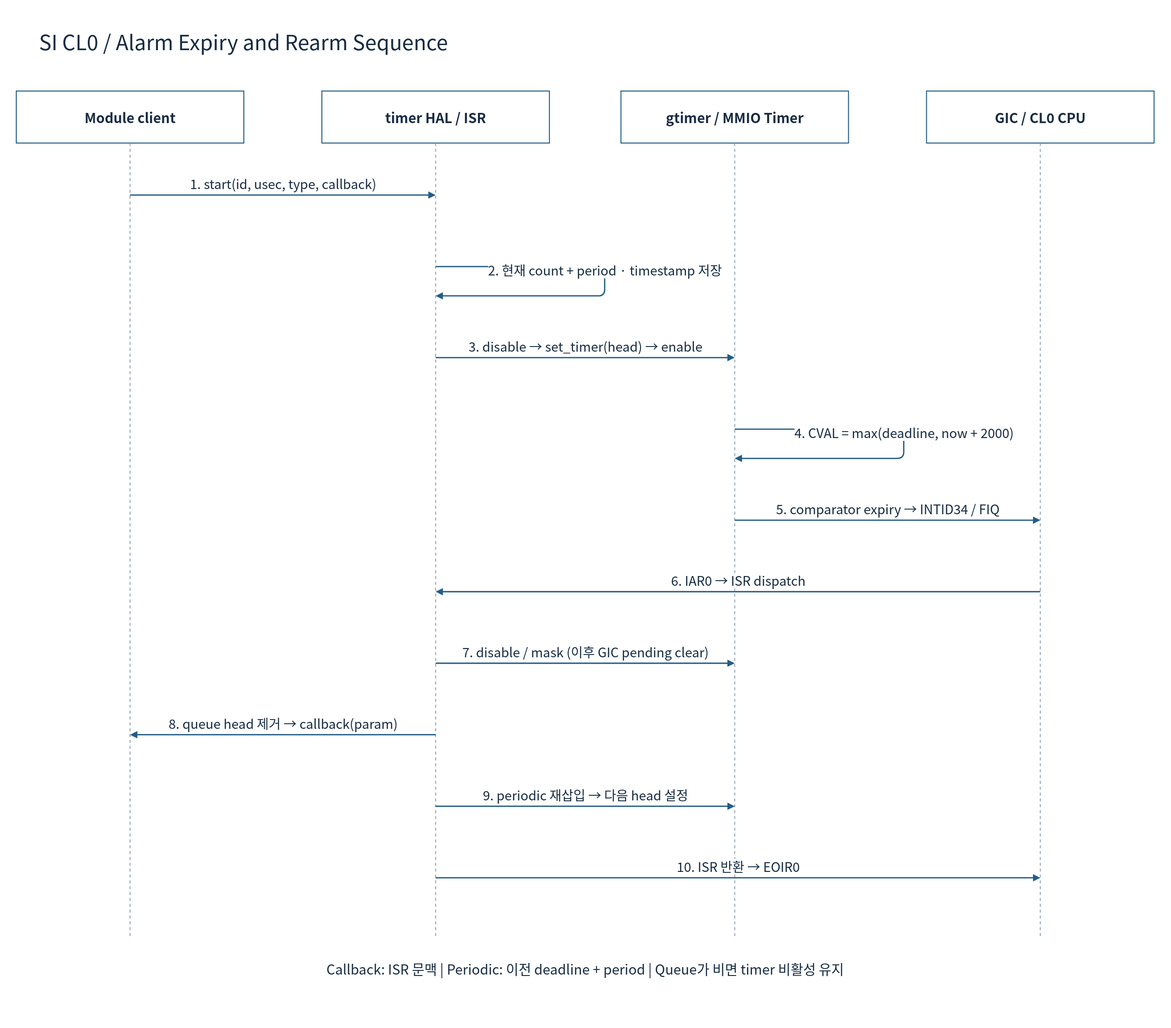
The draw.io diagram doc/phase1/timer/diagrams/08f-scp-alarm-sequence.drawio.svg in cometzero/project-apollo, before a commit. Source tidied: cells renumbered, new cells last; positions are measured from the earlier drawing's top-left corner, leaving out a move shared by most shapes.
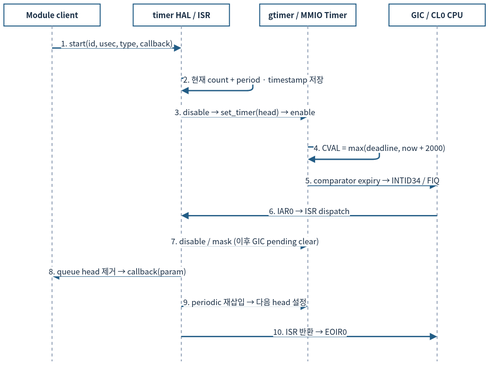
After the commit.

The edit, as a diff of the source:
```diff
@@ -2,128 +2,119 @@
   <root>
     <mxCell id="0" />
     <mxCell id="1" parent="0" />
-    <mxCell id="2" style="rounded=0;whiteSpace=wrap;html=1;fillColor=#FFFFFF;strokeColor=none;strokeWidth=1.5;fontColor=#172C43;fontFamily=Noto Sans CJK KR;fontSize=22;spacing=10;" parent="1" vertex="1">
-      <mxGeometry width="1800" height="1580" as="geometry" />
-    </mxCell>
-    <mxCell id="3" value="SI CL0 / Alarm Expiry and Rearm Sequence" style="rounded=0;whiteSpace=wrap;html=1;fillColor=#FFFFFF;strokeColor=none;strokeWidth=1.5;fontColor=#172C43;fontFamily=Noto Sans CJK KR;fontSize=22;spacing=10;fontSize=32;align=left;" parent="1" vertex="1">
-      <mxGeometry x="50" y="30" width="1700" height="65" as="geometry" />
-    </mxCell>
-    <mxCell id="4" value="Module client" style="rounded=0;whiteSpace=wrap;html=1;fillColor=#FFFFFF;strokeColor=#235D86;strokeWidth=1.5;fontColor=#172C43;fontFamily=Noto Sans CJK KR;fontSize=22;spacing=10;fontStyle=1;fontSize=21;" parent="1" vertex="1">
-      <mxGeometry x="25" y="140" width="350" height="80" as="geometry" />
+    <mxCell id="4" value="Module client" style="rounded=0;whiteSpace=wrap;html=1;fillColor=#FFFFFF;strokeColor=#235D86;strokeWidth=1.5;fontColor=#172C43;fontFamily=Noto Sans CJK KR;fontStyle=1;fontSize=12;spacing=3;whiteSpace=wrap;" parent="1" vertex="1">
+      <mxGeometry x="12" y="12" width="148" height="33.8" as="geometry" />
     </mxCell>
-    <mxCell id="5" style="endArrow=none;dashed=1;strokeColor=#94A3B8;strokeWidth=1.5;" parent="1" edge="1">
+    <mxCell id="5" style="endArrow=none;dashed=1;strokeColor=#94A3B8;strokeWidth=1.5;fontSize=12;spacing=3;whiteSpace=nowrap;" parent="1" edge="1">
       <mxGeometry relative="1" as="geometry">
-        <mxPoint x="200" y="220" as="sourcePoint" />
-        <mxPoint x="200" y="1440" as="targetPoint" />
+        <mxPoint x="86" y="45.8" as="sourcePoint" />
+        <mxPoint x="86" y="561.7" as="targetPoint" />
       </mxGeometry>
     </mxCell>
-    <mxCell id="6" value="timer HAL / ISR" style="rounded=0;whiteSpace=wrap;html=1;fillColor=#FFFFFF;strokeColor=#235D86;strokeWidth=1.5;fontColor=#172C43;fontFamily=Noto Sans CJK KR;fontSize=22;spacing=10;fontStyle=1;fontSize=21;" parent="1" vertex="1">
-      <mxGeometry x="495" y="140" width="350" height="80" as="geometry" />
+    <mxCell id="6" value="timer HAL / ISR" style="rounded=0;whiteSpace=wrap;html=1;fillColor=#FFFFFF;strokeColor=#235D86;strokeWidth=1.5;fontColor=#172C43;fontFamily=Noto Sans CJK KR;fontStyle=1;fontSize=12;spacing=3;whiteSpace=wrap;" parent="1" vertex="1">
+      <mxGeometry x="210.7" y="12" width="148" height="33.8" as="geometry" />
     </mxCell>
-    <mxCell id="7" style="endArrow=none;dashed=1;strokeColor=#94A3B8;strokeWidth=1.5;" parent="1" edge="1">
+    <mxCell id="7" style="endArrow=none;dashed=1;strokeColor=#94A3B8;strokeWidth=1.5;fontSize=12;spacing=3;whiteSpace=nowrap;" parent="1" edge="1">
       <mxGeometry relative="1" as="geometry">
-        <mxPoint x="670" y="220" as="sourcePoint" />
-        <mxPoint x="670" y="1440" as="targetPoint" />
+        <mxPoint x="284.7" y="45.8" as="sourcePoint" />
+        <mxPoint x="284.7" y="561.7" as="targetPoint" />
       </mxGeometry>
     </mxCell>
-    <mxCell id="8" value="gtimer / MMIO Timer" style="rounded=0;whiteSpace=wrap;html=1;fillColor=#FFFFFF;strokeColor=#235D86;strokeWidth=1.5;fontColor=#172C43;fontFamily=Noto Sans CJK KR;fontSize=22;spacing=10;fontStyle=1;fontSize=21;" parent="1" vertex="1">
-      <mxGeometry x="955" y="140" width="350" height="80" as="geometry" />
+    <mxCell id="8" value="gtimer / MMIO Timer" style="rounded=0;whiteSpace=wrap;html=1;fillColor=#FFFFFF;strokeColor=#235D86;strokeWidth=1.5;fontColor=#172C43;fontFamily=Noto Sans CJK KR;fontStyle=1;fontSize=12;spacing=3;whiteSpace=wrap;" parent="1" vertex="1">
+      <mxGeometry x="405.3" y="12" width="148" height="33.8" as="geometry" />
     </mxCell>
-    <mxCell id="9" style="endArrow=none;dashed=1;strokeColor=#94A3B8;strokeWidth=1.5;" parent="1" edge="1">
+    <mxCell id="9" style="endArrow=none;dashed=1;strokeColor=#94A3B8;strokeWidth=1.5;fontSize=12;spacing=3;whiteSpace=nowrap;" parent="1" edge="1">
       <mxGeometry relative="1" as="geometry">
-        <mxPoint x="1130" y="220" as="sourcePoint" />
-        <mxPoint x="1130" y="1440" as="targetPoint" />
+        <mxPoint x="479.3" y="45.8" as="sourcePoint" />
+        <mxPoint x="479.3" y="561.7" as="targetPoint" />
       </mxGeometry>
     </mxCell>
-    <mxCell id="10" value="GIC / CL0 CPU" style="rounded=0;whiteSpace=wrap;html=1;fillColor=#FFFFFF;strokeColor=#235D86;strokeWidth=1.5;fontColor=#172C43;fontFamily=Noto Sans CJK KR;fontSize=22;spacing=10;fontStyle=1;fontSize=21;" parent="1" vertex="1">
-      <mxGeometry x="1425" y="140" width="350" height="80" as="geometry" />
+    <mxCell id="10" value="GIC / CL0 CPU" style="rounded=0;whiteSpace=wrap;html=1;fillColor=#FFFFFF;strokeColor=#235D86;strokeWidth=1.5;fontColor=#172C43;fontFamily=Noto Sans CJK KR;fontStyle=1;fontSize=12;spacing=3;whiteSpace=wrap;" parent="1" vertex="1">
+      <mxGeometry x="604" y="12" width="148" height="33.8" as="geometry" />
     </mxCell>
-    <mxCell id="11" style="endArrow=none;dashed=1;strokeColor=#94A3B8;strokeWidth=1.5;" parent="1" edge="1">
+    <mxCell id="11" style="endArrow=none;dashed=1;strokeColor=#94A3B8;strokeWidth=1.5;fontSize=12;spacing=3;whiteSpace=nowrap;" parent="1" edge="1">
       <mxGeometry relative="1" as="geometry">
-        <mxPoint x="1600" y="220" as="sourcePoint" />
-        <mxPoint x="1600" y="1440" as="targetPoint" />
+        <mxPoint x="678" y="45.8" as="sourcePoint" />
+        <mxPoint x="678" y="561.7" as="targetPoint" />
       </mxGeometry>
     </mxCell>
-    <mxCell id="12" value="1. start(id, usec, type, callback)" style="edgeStyle=none;html=1;endArrow=block;endFill=1;strokeColor=#235D86;strokeWidth=2;fontColor=#172C43;fontFamily=Noto Sans CJK KR;fontSize=20;labelBackgroundColor=#FFFFFF;" parent="1" edge="1">
+    <mxCell id="12" value="1. start(id, usec, type, callback)" style="edgeStyle=none;html=1;endArrow=block;endFill=1;strokeColor=#235D86;strokeWidth=2;fontColor=#172C43;fontFamily=Noto Sans CJK KR;labelBackgroundColor=#FFFFFF;fontSize=12;spacing=3;whiteSpace=nowrap;" parent="1" edge="1">
       <mxGeometry relative="1" as="geometry">
-        <mxPoint x="200" y="300" as="sourcePoint" />
-        <mxPoint x="670" y="300" as="targetPoint" />
-        <mxPoint y="-18" as="offset" />
+        <mxPoint x="86" y="79.7" as="sourcePoint" />
+        <mxPoint x="284.7" y="79.7" as="targetPoint" />
+        <mxPoint y="-7.6" as="offset" />
       </mxGeometry>
     </mxCell>
-    <mxCell id="13" value="2. 현재 count + period · timestamp 저장" style="edgeStyle=none;html=1;endArrow=block;endFill=1;strokeColor=#235D86;strokeWidth=2;fontColor=#172C43;fontFamily=Noto Sans CJK KR;fontSize=20;labelBackgroundColor=#FFFFFF;" parent="1" edge="1">
+    <mxCell id="13" value="2. 현재 count + period · timestamp 저장" style="edgeStyle=none;html=1;endArrow=block;endFill=1;strokeColor=#235D86;strokeWidth=2;fontColor=#172C43;fontFamily=Noto Sans CJK KR;labelBackgroundColor=#FFFFFF;fontSize=12;spacing=3;whiteSpace=nowrap;" parent="1" edge="1">
       <mxGeometry relative="1" as="geometry">
-        <mxPoint x="670" y="410" as="sourcePoint" />
-        <mxPoint x="670" y="455" as="targetPoint" />
+        <mxPoint x="284.7" y="126.2" as="sourcePoint" />
+        <mxPoint x="284.7" y="145.2" as="targetPoint" />
         <Array as="points">
-          <mxPoint x="930" y="410" />
-          <mxPoint x="930" y="455" />
+          <mxPoint x="394.7" y="126.2" />
+          <mxPoint x="394.7" y="145.2" />
         </Array>
-        <mxPoint y="-18" as="offset" />
+        <mxPoint y="-7.6" as="offset" />
       </mxGeometry>
     </mxCell>
-    <mxCell id="14" value="3. disable → set_timer(head) → enable" style="edgeStyle=none;html=1;endArrow=block;endFill=1;strokeColor=#235D86;strokeWidth=2;fontColor=#172C43;fontFamily=Noto Sans CJK KR;fontSize=20;labelBackgroundColor=#FFFFFF;" parent="1" edge="1">
+    <mxCell id="14" value="3. disable → set_timer(head) → enable" style="edgeStyle=none;html=1;endArrow=block;endFill=1;strokeColor=#235D86;strokeWidth=2;fontColor=#172C43;fontFamily=Noto Sans CJK KR;labelBackgroundColor=#FFFFFF;fontSize=12;spacing=3;whiteSpace=nowrap;" parent="1" edge="1">
       <mxGeometry relative="1" as="geometry">
-        <mxPoint x="670" y="550" as="sourcePoint" />
-        <mxPoint x="1130" y="550" as="targetPoint" />
-        <mxPoint y="-18" as="offset" />
+        <mxPoint x="284.7" y="185.4" as="sourcePoint" />
+        <mxPoint x="479.3" y="185.4" as="targetPoint" />
+        <mxPoint y="-7.6" as="offset" />
       </mxGeometry>
     </mxCell>
-    <mxCell id="15" value="4. CVAL = max(deadline, now + 2000)" style="edgeStyle=none;html=1;endArrow=block;endFill=1;strokeColor=#235D86;strokeWidth=2;fontColor=#172C43;fontFamily=Noto Sans CJK KR;fontSize=20;labelBackgroundColor=#FFFFFF;" parent="1" edge="1">
+    <mxCell id="15" value="4. CVAL = max(deadline, now + 2000)" style="edgeStyle=none;html=1;endArrow=block;endFill=1;strokeColor=#235D86;strokeWidth=2;fontColor=#172C43;fontFamily=Noto Sans CJK KR;labelBackgroundColor=#FFFFFF;fontSize=12;spacing=3;whiteSpace=nowrap;" parent="1" edge="1">
       <mxGeometry relative="1" as="geometry">
-        <mxPoint x="1130" y="660" as="sourcePoint" />
-        <mxPoint x="1130" y="705" as="targetPoint" />
+        <mxPoint x="479.3" y="231.9" as="sourcePoint" />
+        <mxPoint x="479.3" y="250.9" as="targetPoint" />
         <Array as="points">
-          <mxPoint x="1390" y="660" />
-          <mxPoint x="1390" y="705" />
+          <mxPoint x="589.2" y="231.9" />
+          <mxPoint x="589.2" y="250.9" />
         </Array>
-        <mxPoint y="-18" as="offset" />
+        <mxPoint y="-7.6" as="offset" />
       </mxGeometry>
     </mxCell>
-    <mxCell id="16" value="5. comparator expiry → INTID34 / FIQ" style="edgeStyle=none;html=1;endArrow=block;endFill=1;strokeColor=#235D86;strokeWidth=2;fontColor=#172C43;fontFamily=Noto Sans CJK KR;fontSize=20;labelBackgroundColor=#FFFFFF;" parent="1" edge="1">
+    <mxCell id="16" value="5. comparator expiry → INTID34 / FIQ" style="edgeStyle=none;html=1;endArrow=block;endFill=1;strokeColor=#235D86;strokeWidth=2;fontColor=#172C43;fontFamily=Noto Sans CJK KR;labelBackgroundColor=#FFFFFF;fontSize=12;spacing=3;whiteSpace=nowrap;" parent="1" edge="1">
       <mxGeometry relative="1" as="geometry">
-        <mxPoint x="1130" y="800" as="sourcePoint" />
-        <mxPoint x="1600" y="800" as="targetPoint" />
-        <mxPoint y="-18" as="offset" />
+        <mxPoint x="479.3" y="291.1" as="sourcePoint" />
+        <mxPoint x="678" y="291.1" as="targetPoint" />
+        <mxPoint y="-7.6" as="offset" />
       </mxGeometry>
     </mxCell>
-    <mxCell id="17" value="6. IAR0 → ISR dispatch" style="edgeStyle=none;html=1;endArrow=block;endFill=1;strokeColor=#235D86;strokeWidth=2;fontColor=#172C43;fontFamily=Noto Sans CJK KR;fontSize=20;labelBackgroundColor=#FFFFFF;" parent="1" edge="1">
+    <mxCell id="17" value="6. IAR0 → ISR dispatch" style="edgeStyle=none;html=1;endArrow=block;endFill=1;strokeColor=#235D86;strokeWidth=2;fontColor=#172C43;fontFamily=Noto Sans CJK KR;labelBackgroundColor=#FFFFFF;fontSize=12;spacing=3;whiteSpace=nowrap;" parent="1" edge="1">
       <mxGeometry relative="1" as="geometry">
-        <mxPoint x="1600" y="910" as="sourcePoint" />
-        <mxPoint x="670" y="910" as="targetPoint" />
-        <mxPoint y="-18" as="offset" />
+        <mxPoint x="678" y="337.6" as="sourcePoint" />
+        <mxPoint x="284.7" y="337.6" as="targetPoint" />
+        <mxPoint y="-7.6" as="offset" />
       </mxGeometry>
     </mxCell>
-    <mxCell id="18" value="7. disable / mask (이후 GIC pending clear)" style="edgeStyle=none;html=1;endArrow=block;endFill=1;strokeColor=#235D86;strokeWidth=2;fontColor=#172C43;fontFamily=Noto Sans CJK KR;fontSize=20;labelBackgroundColor=#FFFFFF;" parent="1" edge="1">
+    <mxCell id="18" value="7. disable / mask (이후 GIC pending clear)" style="edgeStyle=none;html=1;endArrow=block;endFill=1;strokeColor=#235D86;strokeWidth=2;fontColor=#172C43;fontFamily=Noto Sans CJK KR;labelBackgroundColor=#FFFFFF;fontSize=12;spacing=3;whiteSpace=nowrap;" parent="1" edge="1">
       <mxGeometry relative="1" as="geometry">
-        <mxPoint x="670" y="1020" as="sourcePoint" />
-        <mxPoint x="1130" y="1020" as="targetPoint" />
-        <mxPoint y="-18" as="offset" />
+        <mxPoint x="284.7" y="384.1" as="sourcePoint" />
+        <mxPoint x="479.3" y="384.1" as="targetPoint" />
+        <mxPoint y="-7.6" as="offset" />
       </mxGeometry>
     </mxCell>
-    <mxCell id="19" value="8. queue head 제거 → callback(param)" style="edgeStyle=none;html=1;endArrow=block;endFill=1;strokeColor=#235D86;strokeWidth=2;fontColor=#172C43;fontFamily=Noto Sans CJK KR;fontSize=20;labelBackgroundColor=#FFFFFF;" parent="1" edge="1">
+    <mxCell id="19" value="8. queue head 제거 → callback(param)" style="edgeStyle=none;html=1;endArrow=block;endFill=1;strokeColor=#235D86;strokeWidth=2;fontColor=#172C43;fontFamily=Noto Sans CJK KR;labelBackgroundColor=#FFFFFF;fontSize=12;spacing=3;whiteSpace=nowrap;" parent="1" edge="1">
       <mxGeometry relative="1" as="geometry">
-        <mxPoint x="670" y="1130" as="sourcePoint" />
-        <mxPoint x="200" y="1130" as="targetPoint" />
-        <mxPoint y="-18" as="offset" />
+        <mxPoint x="284.7" y="430.6" as="sourcePoint" />
+        <mxPoint x="86" y="430.6" as="targetPoint" />
+        <mxPoint y="-7.6" as="offset" />
       </mxGeometry>
     </mxCell>
-    <mxCell id="20" value="9. periodic 재삽입 → 다음 head 설정" style="edgeStyle=none;html=1;endArrow=block;endFill=1;strokeColor=#235D86;strokeWidth=2;fontColor=#172C43;fontFamily=Noto Sans CJK KR;fontSize=20;labelBackgroundColor=#FFFFFF;" parent="1" edge="1">
+    <mxCell id="20" value="9. periodic 재삽입 → 다음 head 설정" style="edgeStyle=none;html=1;endArrow=block;endFill=1;strokeColor=#235D86;strokeWidth=2;fontColor=#172C43;fontFamily=Noto Sans CJK KR;labelBackgroundColor=#FFFFFF;fontSize=12;spacing=3;whiteSpace=nowrap;" parent="1" edge="1">
       <mxGeometry relative="1" as="geometry">
-        <mxPoint x="670" y="1240" as="sourcePoint" />
-        <mxPoint x="1130" y="1240" as="targetPoint" />
-        <mxPoint y="-18" as="offset" />
+        <mxPoint x="284.7" y="477.1" as="sourcePoint" />
+        <mxPoint x="479.3" y="477.1" as="targetPoint" />
+        <mxPoint y="-7.6" as="offset" />
       </mxGeometry>
     </mxCell>
-    <mxCell id="21" value="10. ISR 반환 → EOIR0" style="edgeStyle=none;html=1;endArrow=block;endFill=1;strokeColor=#235D86;strokeWidth=2;fontColor=#172C43;fontFamily=Noto Sans CJK KR;fontSize=20;labelBackgroundColor=#FFFFFF;" parent="1" edge="1">
+    <mxCell id="21" value="10. ISR 반환 → EOIR0" style="edgeStyle=none;html=1;endArrow=block;endFill=1;strokeColor=#235D86;strokeWidth=2;fontColor=#172C43;fontFamily=Noto Sans CJK KR;labelBackgroundColor=#FFFFFF;fontSize=12;spacing=3;whiteSpace=nowrap;" parent="1" edge="1">
       <mxGeometry relative="1" as="geometry">
-        <mxPoint x="670" y="1350" as="sourcePoint" />
-        <mxPoint x="1600" y="1350" as="targetPoint" />
-        <mxPoint y="-18" as="offset" />
+        <mxPoint x="284.7" y="523.7" as="sourcePoint" />
+        <mxPoint x="678" y="523.7" as="targetPoint" />
+        <mxPoint y="-7.6" as="offset" />
       </mxGeometry>
     </mxCell>
-    <mxCell id="22" value="Callback: ISR 문맥 | Periodic: 이전 deadline + period | Queue가 비면 timer 비활성 유지" style="rounded=0;whiteSpace=wrap;html=1;fillColor=#FFFFFF;strokeColor=none;strokeWidth=1.5;fontColor=#172C43;fontFamily=Noto Sans CJK KR;fontSize=22;spacing=10;fontSize=21;" parent="1" vertex="1">
-      <mxGeometry x="50" y="1460" width="1700" height="60" as="geometry" />
-    </mxCell>
   </root>
 </mxGraphModel>
```
